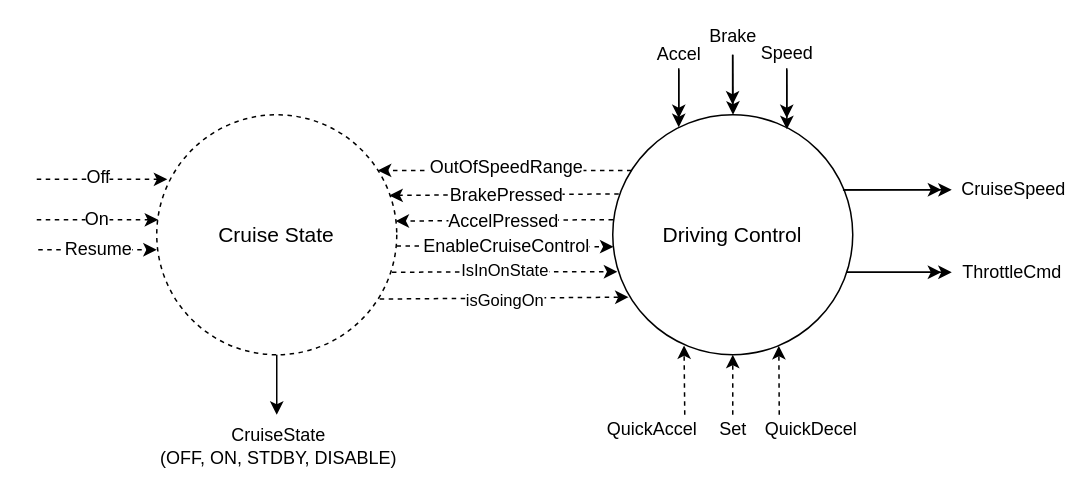
Above: Diagrams/refinement.drawio in jacoballen4534/Cruise-Controller (draw.io), before the change. Source tidied: cells renumbered, new cells numbered last; positions are measured from the earlier drawing's top-left corner, leaving out a move shared by most shapes. Both pictures are drawn from the tidied source at 150%, with x=0, y=0 at pixel (36, 54).
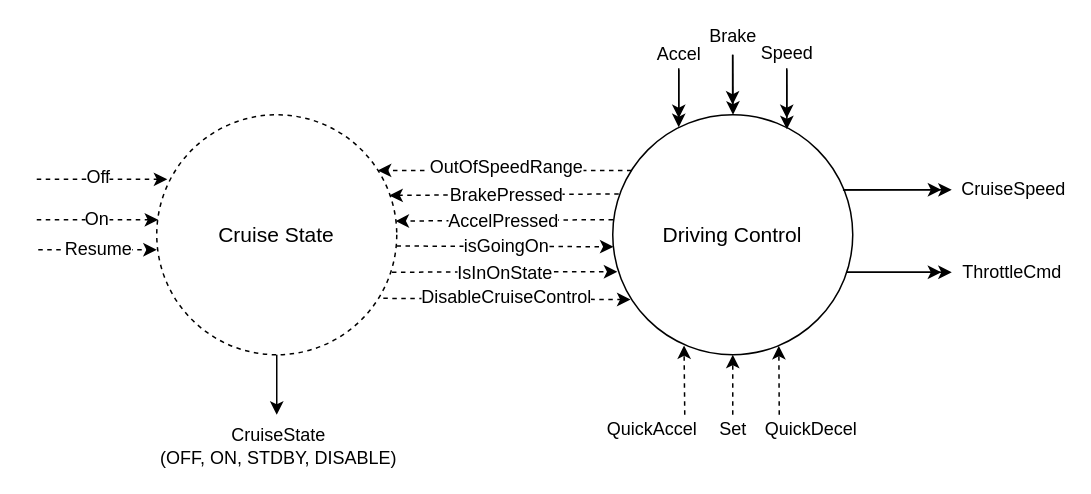
Above is the later version.

Commit message (it also covers changes not shown here):
Update diagrams to add DisableCruiseControl back to CruiseSpeedControl.

Unchanged cells that the change refers to:
```xml
<mxCell id="2" value="Driving Control" style="ellipse;whiteSpace=wrap;html=1;fontSize=14;" parent="1" vertex="1">
  <mxGeometry x="384" y="40" width="160" height="160" as="geometry" />
</mxCell>
<mxCell id="3" value="Cruise State" style="ellipse;whiteSpace=wrap;html=1;dashed=1;fontSize=14;" parent="1" vertex="1">
  <mxGeometry x="80" y="40" width="160" height="160" as="geometry" />
</mxCell>
<mxCell id="30" style="endArrow=classic;html=1;exitX=0.999;exitY=0.547;exitDx=0;exitDy=0;exitPerimeter=0;entryX=0.003;entryY=0.55;entryDx=0;entryDy=0;entryPerimeter=0;dashed=1;" parent="1" edge="1" source="3" target="2">
  <mxGeometry relative="1" as="geometry" />
</mxCell>
<mxCell id="32" style="endArrow=classic;html=1;entryX=0.019;entryY=0.654;entryDx=0;entryDy=0;entryPerimeter=0;exitX=0.98;exitY=0.656;exitDx=0;exitDy=0;exitPerimeter=0;dashed=1;" parent="1" edge="1" source="3" target="2">
  <mxGeometry relative="1" as="geometry" />
</mxCell>
```

The edit, as a diff of the source:
```diff
@@
-    <mxCell id="31" value="&lt;font style=&quot;font-size: 12px&quot;&gt;Enable&lt;/font&gt;&lt;span style=&quot;font-size: 12px&quot;&gt;CruiseControl&lt;/span&gt;" style="edgeLabel;html=1;align=center;verticalAlign=middle;" parent="30" vertex="1">
+    <mxCell id="31" value="&lt;font style=&quot;font-size: 12px&quot;&gt;isGoingOn&lt;/font&gt;" style="edgeLabel;html=1;align=center;verticalAlign=middle;" parent="30" vertex="1">
       <mxGeometry x="0.37" y="1" relative="1" as="geometry">
         <mxPoint x="-26.7" y="1.1" as="offset" />
       </mxGeometry>
     </mxCell>
@@
-    <mxCell id="33" value="IsInOnState" style="edgeLabel;html=1;align=center;verticalAlign=middle;" parent="32" vertex="1">
+    <mxCell id="33" value="&lt;font style=&quot;font-size: 12px&quot;&gt;IsInOnState&lt;/font&gt;" style="edgeLabel;html=1;align=center;verticalAlign=middle;" parent="32" vertex="1">
       <mxGeometry x="-0.07" relative="1" as="geometry">
-        <mxPoint x="4.9" y="-1.8" as="offset" />
+        <mxPoint x="5.2" y="0.2" as="offset" />
       </mxGeometry>
     </mxCell>
-    <mxCell id="34" style="endArrow=classic;html=1;entryX=0.066;entryY=0.76;entryDx=0;entryDy=0;entryPerimeter=0;exitX=0.929;exitY=0.768;exitDx=0;exitDy=0;exitPerimeter=0;dashed=1;" parent="1" edge="1" source="3" target="2">
+    <mxCell id="34" style="endArrow=classic;html=1;exitX=0.944;exitY=0.765;exitDx=0;exitDy=0;exitPerimeter=0;entryX=0.074;entryY=0.77;entryDx=0;entryDy=0;entryPerimeter=0;dashed=1;" parent="1" edge="1" source="3" target="2">
       <mxGeometry relative="1" as="geometry" />
     </mxCell>
-    <mxCell id="35" value="isGoingOn" style="edgeLabel;html=1;align=center;verticalAlign=middle;" parent="34" vertex="1">
-      <mxGeometry x="-0.14" relative="1" as="geometry">
-        <mxPoint x="11.9" y="0.7" as="offset" />
-      </mxGeometry>
-    </mxCell>
+    <mxCell id="36" value="&lt;font style=&quot;font-size: 12px&quot;&gt;DisableCruiseControl&lt;/font&gt;" style="edgeLabel;html=1;align=center;verticalAlign=middle;" parent="34" vertex="1">
+      <mxGeometry x="-0.07" y="-1" relative="1" as="geometry">
+        <mxPoint x="4.2" y="-1.8" as="offset" />
+      </mxGeometry>
+    </mxCell>
```
